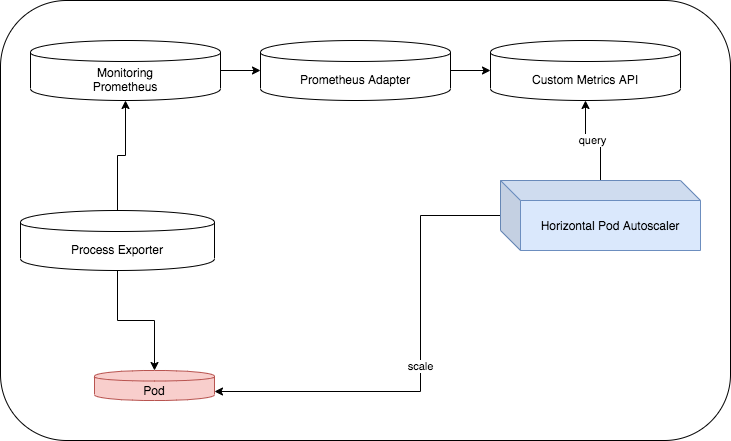
The draw.io diagram hpa.png in Cloud-PG/prometheus-hpa, before a commit. Source tidied: cells renumbered, new cells last; positions are measured from the earlier drawing's top-left corner, leaving out a move shared by most shapes. Its diagram source:
```xml
<mxGraphModel>
  <root>
    <mxCell id="0" />
    <mxCell id="1" parent="0" />
    <mxCell id="2" style="rounded=1;whiteSpace=wrap;html=1;" parent="1" vertex="1">
      <mxGeometry width="730" height="440" as="geometry" />
    </mxCell>
    <mxCell id="3" style="edgeStyle=orthogonalEdgeStyle;rounded=0;jettySize=auto;html=1;" parent="1" edge="1" source="4" target="9">
      <mxGeometry relative="1" as="geometry" />
    </mxCell>
    <mxCell id="4" value="Monitoring&lt;br&gt;Prometheus" style="shape=cylinder;whiteSpace=wrap;html=1;boundedLbl=1;backgroundOutline=1;" parent="1" vertex="1">
      <mxGeometry x="30" y="40" width="190" height="60" as="geometry" />
    </mxCell>
    <mxCell id="5" value="query" style="edgeStyle=orthogonalEdgeStyle;rounded=0;jettySize=auto;html=1;" parent="1" edge="1" source="7" target="10">
      <mxGeometry relative="1" as="geometry" />
    </mxCell>
    <mxCell id="6" value="scale" style="edgeStyle=orthogonalEdgeStyle;rounded=0;jettySize=auto;html=1;entryX=1;entryY=0.7;entryDx=0;entryDy=0;" parent="1" edge="1" source="7" target="14">
      <mxGeometry relative="1" as="geometry">
        <Array as="points">
          <mxPoint x="420" y="215" />
          <mxPoint x="420" y="391" />
        </Array>
      </mxGeometry>
    </mxCell>
    <mxCell id="7" value="Horizontal Pod Autoscaler" style="shape=cube;whiteSpace=wrap;html=1;boundedLbl=1;backgroundOutline=1;darkOpacity=0.05;darkOpacity2=0.1;fillColor=#dae8fc;strokeColor=#6c8ebf;" parent="1" vertex="1">
      <mxGeometry x="500" y="180" width="200" height="70" as="geometry" />
    </mxCell>
    <mxCell id="8" style="edgeStyle=orthogonalEdgeStyle;rounded=0;jettySize=auto;html=1;" parent="1" edge="1" source="9" target="10">
      <mxGeometry relative="1" as="geometry" />
    </mxCell>
    <mxCell id="9" value="Prometheus Adapter" style="shape=cylinder;whiteSpace=wrap;html=1;boundedLbl=1;backgroundOutline=1;" parent="1" vertex="1">
      <mxGeometry x="260" y="40" width="190" height="60" as="geometry" />
    </mxCell>
    <mxCell id="10" value="Custom Metrics API" style="shape=cylinder;whiteSpace=wrap;html=1;boundedLbl=1;backgroundOutline=1;" parent="1" vertex="1">
      <mxGeometry x="490" y="40" width="190" height="60" as="geometry" />
    </mxCell>
    <mxCell id="11" style="edgeStyle=orthogonalEdgeStyle;rounded=0;jettySize=auto;html=1;" parent="1" edge="1" source="13" target="14">
      <mxGeometry relative="1" as="geometry" />
    </mxCell>
    <mxCell id="12" style="edgeStyle=orthogonalEdgeStyle;rounded=0;jettySize=auto;html=1;" parent="1" edge="1" source="13" target="4">
      <mxGeometry relative="1" as="geometry" />
    </mxCell>
    <mxCell id="13" value="Process Exporter" style="shape=cylinder;whiteSpace=wrap;html=1;boundedLbl=1;backgroundOutline=1;" parent="1" vertex="1">
      <mxGeometry x="20" y="210" width="194" height="60" as="geometry" />
    </mxCell>
    <mxCell id="14" value="Pod" style="shape=cylinder;whiteSpace=wrap;html=1;boundedLbl=1;backgroundOutline=1;fillColor=#f8cecc;strokeColor=#b85450;" parent="1" vertex="1">
      <mxGeometry x="94" y="370" width="120" height="30" as="geometry" />
    </mxCell>
  </root>
</mxGraphModel>
```
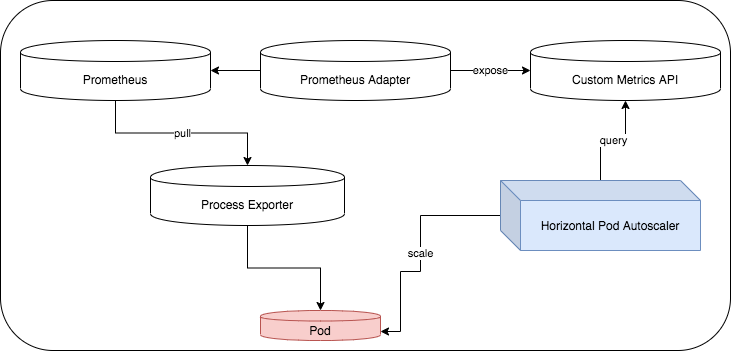
After the change.

Diff of the diagram source:
```diff
@@ -3,13 +3,13 @@
     <mxCell id="0" />
     <mxCell id="1" parent="0" />
     <mxCell id="2" style="rounded=1;whiteSpace=wrap;html=1;" parent="1" vertex="1">
-      <mxGeometry width="730" height="440" as="geometry" />
+      <mxGeometry width="730" height="350" as="geometry" />
     </mxCell>
-    <mxCell id="3" style="edgeStyle=orthogonalEdgeStyle;rounded=0;jettySize=auto;html=1;" parent="1" edge="1" source="4" target="9">
-      <mxGeometry relative="1" as="geometry" />
-    </mxCell>
+    <mxCell id="15" value="pull" style="edgeStyle=orthogonalEdgeStyle;rounded=0;jettySize=auto;html=1;entryX=0.5;entryY=0;entryDx=0;entryDy=0;" parent="1" edge="1" source="4" target="13">
+      <mxGeometry relative="1" as="geometry" />
+    </mxCell>
-    <mxCell id="4" value="Monitoring&lt;br&gt;Prometheus" style="shape=cylinder;whiteSpace=wrap;html=1;boundedLbl=1;backgroundOutline=1;" parent="1" vertex="1">
-      <mxGeometry x="30" y="40" width="190" height="60" as="geometry" />
+    <mxCell id="4" value="Prometheus" style="shape=cylinder;whiteSpace=wrap;html=1;boundedLbl=1;backgroundOutline=1;" parent="1" vertex="1">
+      <mxGeometry x="20" y="40" width="190" height="60" as="geometry" />
     </mxCell>
     <mxCell id="5" value="query" style="edgeStyle=orthogonalEdgeStyle;rounded=0;jettySize=auto;html=1;" parent="1" edge="1" source="7" target="10">
       <mxGeometry relative="1" as="geometry" />
@@ -18,33 +18,35 @@
       <mxGeometry relative="1" as="geometry">
         <Array as="points">
           <mxPoint x="420" y="215" />
-          <mxPoint x="420" y="391" />
+          <mxPoint x="420" y="271" />
+          <mxPoint x="400" y="271" />
+          <mxPoint x="400" y="331" />
         </Array>
       </mxGeometry>
     </mxCell>
     <mxCell id="7" value="Horizontal Pod Autoscaler" style="shape=cube;whiteSpace=wrap;html=1;boundedLbl=1;backgroundOutline=1;darkOpacity=0.05;darkOpacity2=0.1;fillColor=#dae8fc;strokeColor=#6c8ebf;" parent="1" vertex="1">
       <mxGeometry x="500" y="180" width="200" height="70" as="geometry" />
     </mxCell>
-    <mxCell id="8" style="edgeStyle=orthogonalEdgeStyle;rounded=0;jettySize=auto;html=1;" parent="1" edge="1" source="9" target="10">
+    <mxCell id="8" value="expose" style="edgeStyle=orthogonalEdgeStyle;rounded=0;jettySize=auto;html=1;" parent="1" edge="1" source="9" target="10">
       <mxGeometry relative="1" as="geometry" />
     </mxCell>
+    <mxCell id="16" style="edgeStyle=orthogonalEdgeStyle;rounded=0;jettySize=auto;html=1;" parent="1" edge="1" source="9" target="4">
+      <mxGeometry relative="1" as="geometry" />
+    </mxCell>
     <mxCell id="9" value="Prometheus Adapter" style="shape=cylinder;whiteSpace=wrap;html=1;boundedLbl=1;backgroundOutline=1;" parent="1" vertex="1">
       <mxGeometry x="260" y="40" width="190" height="60" as="geometry" />
     </mxCell>
     <mxCell id="10" value="Custom Metrics API" style="shape=cylinder;whiteSpace=wrap;html=1;boundedLbl=1;backgroundOutline=1;" parent="1" vertex="1">
-      <mxGeometry x="490" y="40" width="190" height="60" as="geometry" />
+      <mxGeometry x="530" y="40" width="190" height="60" as="geometry" />
     </mxCell>
     <mxCell id="11" style="edgeStyle=orthogonalEdgeStyle;rounded=0;jettySize=auto;html=1;" parent="1" edge="1" source="13" target="14">
       <mxGeometry relative="1" as="geometry" />
     </mxCell>
-    <mxCell id="12" style="edgeStyle=orthogonalEdgeStyle;rounded=0;jettySize=auto;html=1;" parent="1" edge="1" source="13" target="4">
-      <mxGeometry relative="1" as="geometry" />
-    </mxCell>
     <mxCell id="13" value="Process Exporter" style="shape=cylinder;whiteSpace=wrap;html=1;boundedLbl=1;backgroundOutline=1;" parent="1" vertex="1">
-      <mxGeometry x="20" y="210" width="194" height="60" as="geometry" />
+      <mxGeometry x="150" y="165" width="194" height="60" as="geometry" />
     </mxCell>
     <mxCell id="14" value="Pod" style="shape=cylinder;whiteSpace=wrap;html=1;boundedLbl=1;backgroundOutline=1;fillColor=#f8cecc;strokeColor=#b85450;" parent="1" vertex="1">
-      <mxGeometry x="94" y="370" width="120" height="30" as="geometry" />
+      <mxGeometry x="260" y="310" width="120" height="30" as="geometry" />
     </mxCell>
   </root>
 </mxGraphModel>
```
